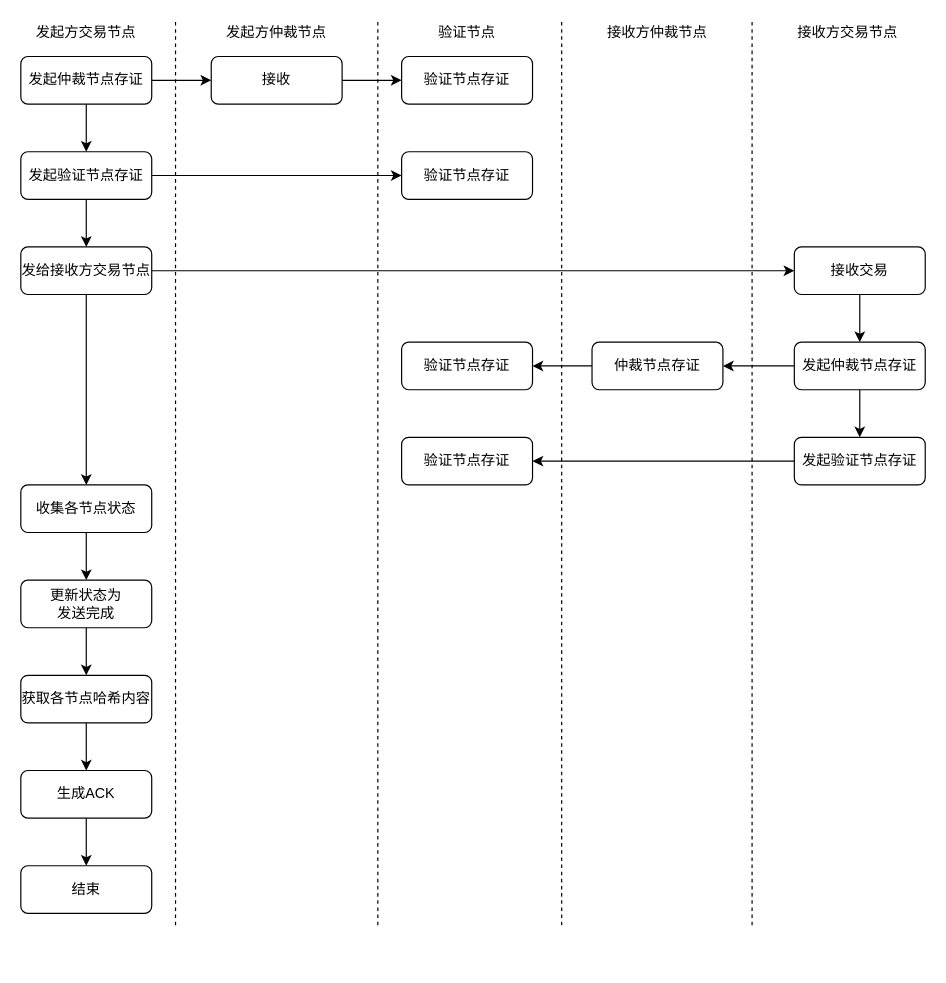
Above: 绘图.drawio in pingguo002/iconomi (draw.io), before the change. Source tidied: cells renumbered, new cells numbered last; positions are measured from the earlier drawing's top-left corner, leaving out a move shared by most shapes. Both pictures are drawn from the tidied source at 119%, with x=0, y=0 at pixel (20, 20).
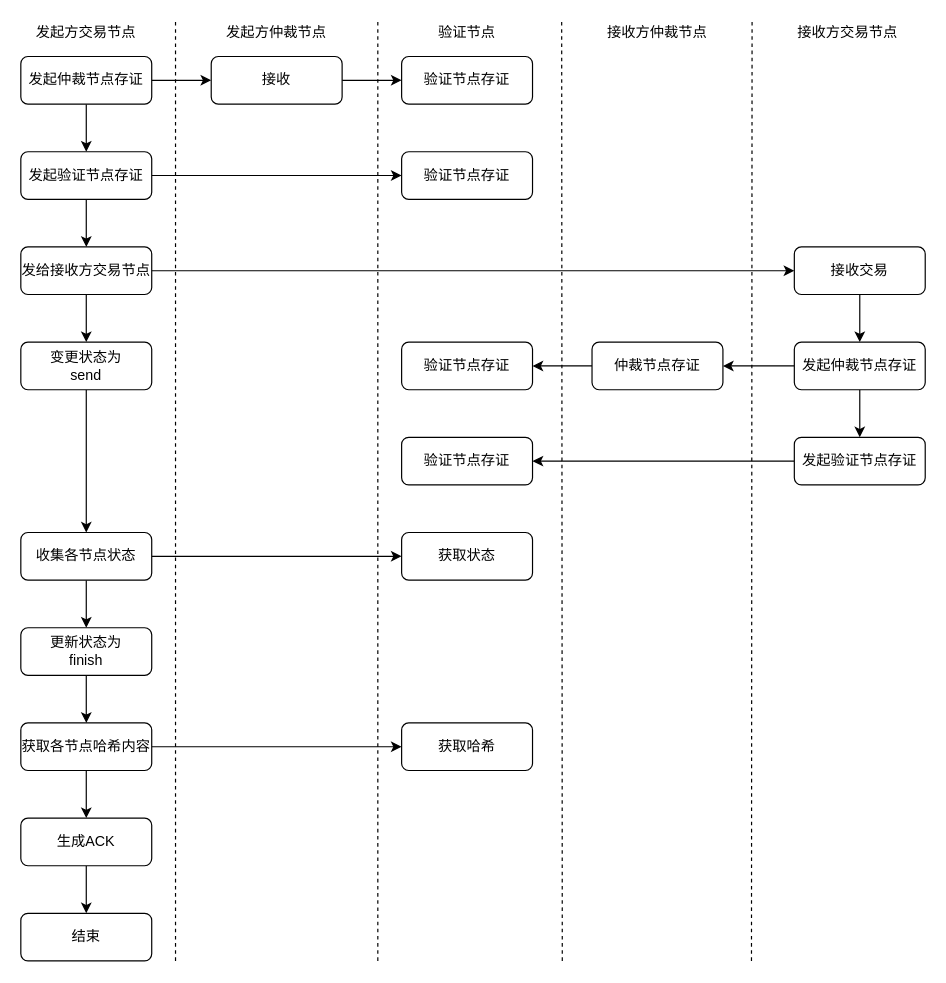
The same diagram, later.

Unchanged cells that the change refers to:
```xml
<mxCell id="22" value="发给接收方交易节点" style="rounded=1;whiteSpace=wrap;html=1;" parent="1" vertex="1">
  <mxGeometry y="190" width="110" height="40" as="geometry" />
</mxCell>
```

Change to the diagram source:
```diff
@@
     <mxCell id="7" style="endArrow=none;dashed=1;html=1;" parent="1" edge="1">
       <mxGeometry relative="1" as="geometry">
-        <mxPoint x="130" y="760" as="sourcePoint" />
+        <mxPoint x="130" y="790" as="sourcePoint" />
         <mxPoint x="130" as="targetPoint" />
       </mxGeometry>
     </mxCell>
     <mxCell id="8" style="endArrow=none;dashed=1;html=1;" parent="1" edge="1">
       <mxGeometry relative="1" as="geometry">
-        <mxPoint x="300" y="760" as="sourcePoint" />
+        <mxPoint x="300" y="790" as="sourcePoint" />
         <mxPoint x="300" as="targetPoint" />
       </mxGeometry>
     </mxCell>
     <mxCell id="9" style="endArrow=none;dashed=1;html=1;" parent="1" edge="1">
       <mxGeometry relative="1" as="geometry">
-        <mxPoint x="454.5" y="760" as="sourcePoint" />
+        <mxPoint x="455" y="790" as="sourcePoint" />
         <mxPoint x="454.5" as="targetPoint" />
       </mxGeometry>
     </mxCell>
     <mxCell id="10" style="endArrow=none;dashed=1;html=1;" parent="1" edge="1">
       <mxGeometry relative="1" as="geometry">
-        <mxPoint x="614.5" y="760" as="sourcePoint" />
+        <mxPoint x="614" y="790" as="sourcePoint" />
         <mxPoint x="614.5" as="targetPoint" />
       </mxGeometry>
     </mxCell>
@@
-    <mxCell id="21" style="edgeStyle=orthogonalEdgeStyle;rounded=0;jettySize=auto;html=1;exitX=0.5;exitY=1;exitDx=0;exitDy=0;" parent="1" edge="1" source="22" target="34">
+    <mxCell id="21" style="edgeStyle=orthogonalEdgeStyle;rounded=0;jettySize=auto;html=1;exitX=0.5;exitY=1;exitDx=0;exitDy=0;entryX=0.5;entryY=0;entryDx=0;entryDy=0;" parent="1" edge="1" source="22" target="47">
       <mxGeometry relative="1" as="geometry" />
     </mxCell>
@@
+    <mxCell id="44" style="edgeStyle=orthogonalEdgeStyle;rounded=0;jettySize=auto;html=1;exitX=1;exitY=0.5;exitDx=0;exitDy=0;" parent="1" edge="1" source="34" target="48">
+      <mxGeometry relative="1" as="geometry" />
+    </mxCell>
     <mxCell id="34" value="收集各节点状态" style="rounded=1;whiteSpace=wrap;html=1;" parent="1" vertex="1">
-      <mxGeometry y="390" width="110" height="40" as="geometry" />
+      <mxGeometry y="430" width="110" height="40" as="geometry" />
     </mxCell>
@@
-    <mxCell id="36" value="更新状态为&lt;br&gt;发送完成" style="rounded=1;whiteSpace=wrap;html=1;" parent="1" vertex="1">
-      <mxGeometry y="470" width="110" height="40" as="geometry" />
+    <mxCell id="36" value="更新状态为&lt;br&gt;finish" style="rounded=1;whiteSpace=wrap;html=1;" parent="1" vertex="1">
+      <mxGeometry y="510" width="110" height="40" as="geometry" />
     </mxCell>
@@
+    <mxCell id="45" style="edgeStyle=orthogonalEdgeStyle;rounded=0;jettySize=auto;html=1;exitX=1;exitY=0.5;exitDx=0;exitDy=0;" parent="1" edge="1" source="38" target="49">
+      <mxGeometry relative="1" as="geometry" />
+    </mxCell>
     <mxCell id="38" value="获取各节点哈希内容" style="rounded=1;whiteSpace=wrap;html=1;" parent="1" vertex="1">
-      <mxGeometry y="550" width="110" height="40" as="geometry" />
+      <mxGeometry y="590" width="110" height="40" as="geometry" />
     </mxCell>
@@
     <mxCell id="40" value="生成ACK" style="rounded=1;whiteSpace=wrap;html=1;" parent="1" vertex="1">
-      <mxGeometry y="630" width="110" height="40" as="geometry" />
+      <mxGeometry y="670" width="110" height="40" as="geometry" />
     </mxCell>
     <mxCell id="41" value="结束" style="rounded=1;whiteSpace=wrap;html=1;" parent="1" vertex="1">
-      <mxGeometry y="710" width="110" height="40" as="geometry" />
+      <mxGeometry y="750" width="110" height="40" as="geometry" />
     </mxCell>
@@
+    <mxCell id="46" style="edgeStyle=orthogonalEdgeStyle;rounded=0;jettySize=auto;html=1;exitX=0.5;exitY=1;exitDx=0;exitDy=0;entryX=0.5;entryY=0;entryDx=0;entryDy=0;" parent="1" edge="1" source="47" target="34">
+      <mxGeometry relative="1" as="geometry" />
+    </mxCell>
+    <mxCell id="47" value="变更状态为&lt;br&gt;send" style="rounded=1;whiteSpace=wrap;html=1;" parent="1" vertex="1">
+      <mxGeometry y="270" width="110" height="40" as="geometry" />
+    </mxCell>
+    <mxCell id="48" value="获取状态" style="rounded=1;whiteSpace=wrap;html=1;" parent="1" vertex="1">
+      <mxGeometry x="320" y="430" width="110" height="40" as="geometry" />
+    </mxCell>
+    <mxCell id="49" value="获取哈希" style="rounded=1;whiteSpace=wrap;html=1;" parent="1" vertex="1">
+      <mxGeometry x="320" y="590" width="110" height="40" as="geometry" />
+    </mxCell>
```
